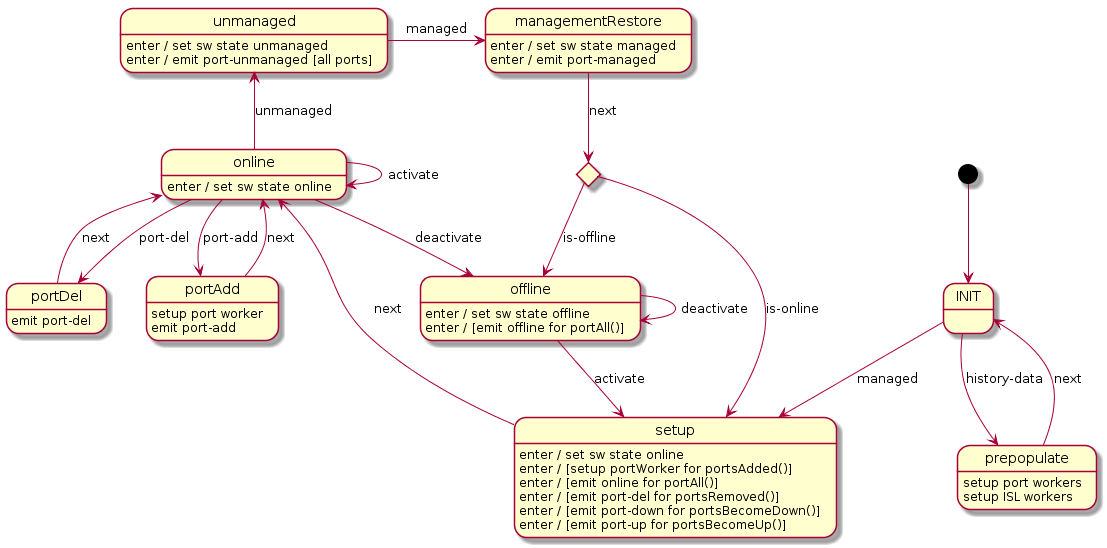
jangwonpark74/open-kilda keeps this PlantUML diagram as docs/design/network-discovery/switch-FSM.png. Above is the earlier version.
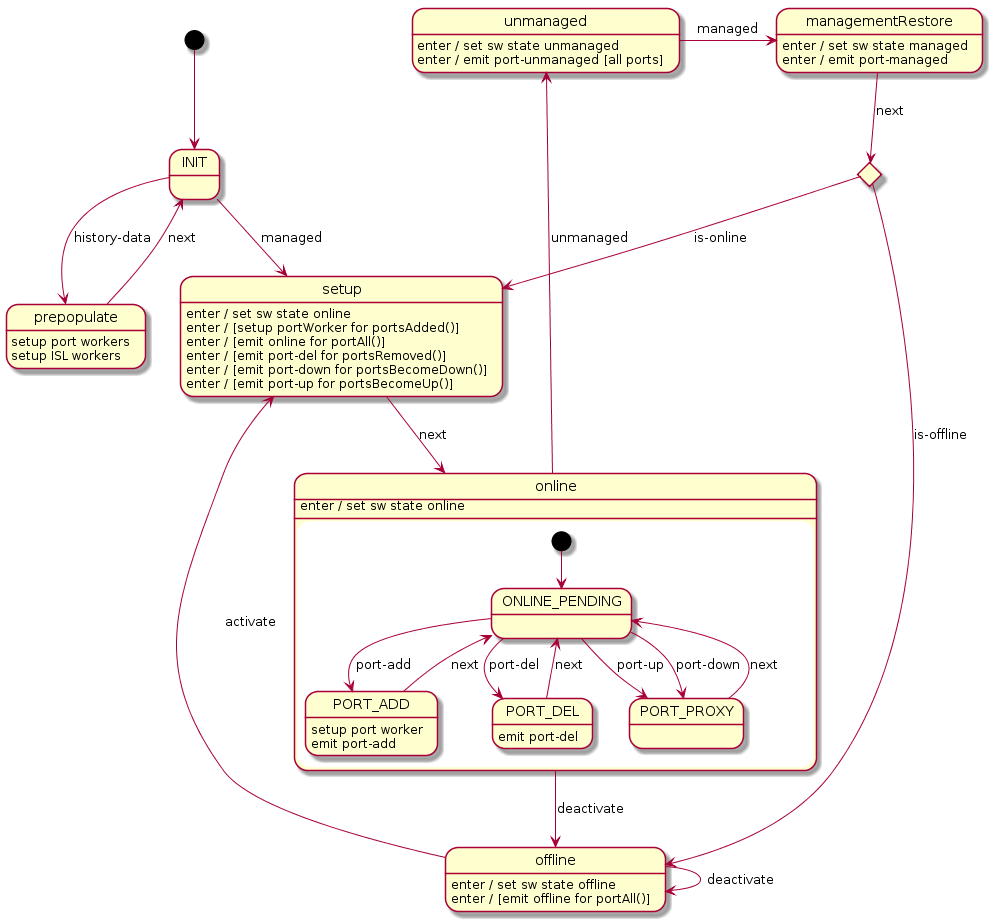
Above is the later version.

What changed in the source:
```diff
@@ -21,19 +21,26 @@
 setup : enter / [emit port-up for portsBecomeUp()]
 setup --> online : next
 
-online : enter / set sw state online
-online --> online : activate
+state online {
+    online : enter / set sw state online
+    [*] --> ONLINE_PENDING
+
+    ONLINE_PENDING --> PORT_ADD : port-add
+    ONLINE_PENDING --> PORT_DEL : port-del
+    ONLINE_PENDING --> PORT_PROXY : port-up
+    ONLINE_PENDING --> PORT_PROXY : port-down
+
+    PORT_ADD : setup port worker
+    PORT_ADD : emit port-add
+    PORT_ADD --> ONLINE_PENDING : next
+
+    PORT_DEL : emit port-del
+    PORT_DEL --> ONLINE_PENDING : next
+
+    PORT_PROXY --> ONLINE_PENDING : next
+}
 online --> offline : deactivate
-online --> portAdd : port-add
-online --> portDel : port-del
-online -u-> unmanaged : unmanaged
-
-portAdd : setup port worker
-portAdd : emit port-add
-portAdd --> online : next
-
-portDel : emit port-del
-portDel --> online : next
+online --> unmanaged : unmanaged
 
 offline : enter / set sw state offline
 offline : enter / [emit offline for portAll()]
```
